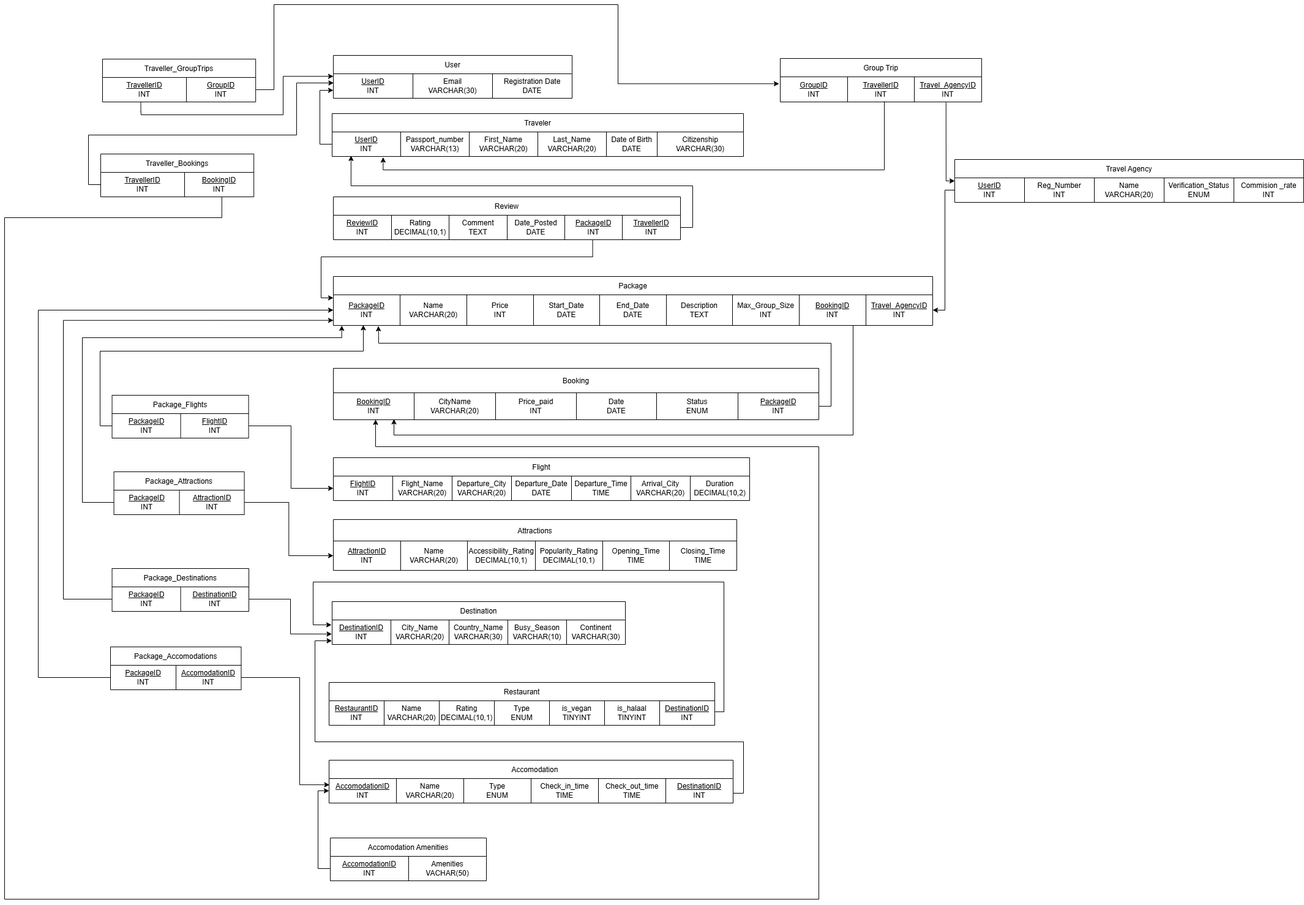
The draw.io diagram Relational Model Final4.drawio.png in ngeletech/NanlaPA5, before a commit. Source tidied: cells renumbered, new cells last; positions are measured from the earlier drawing's top-left corner, leaving out a move shared by most shapes.
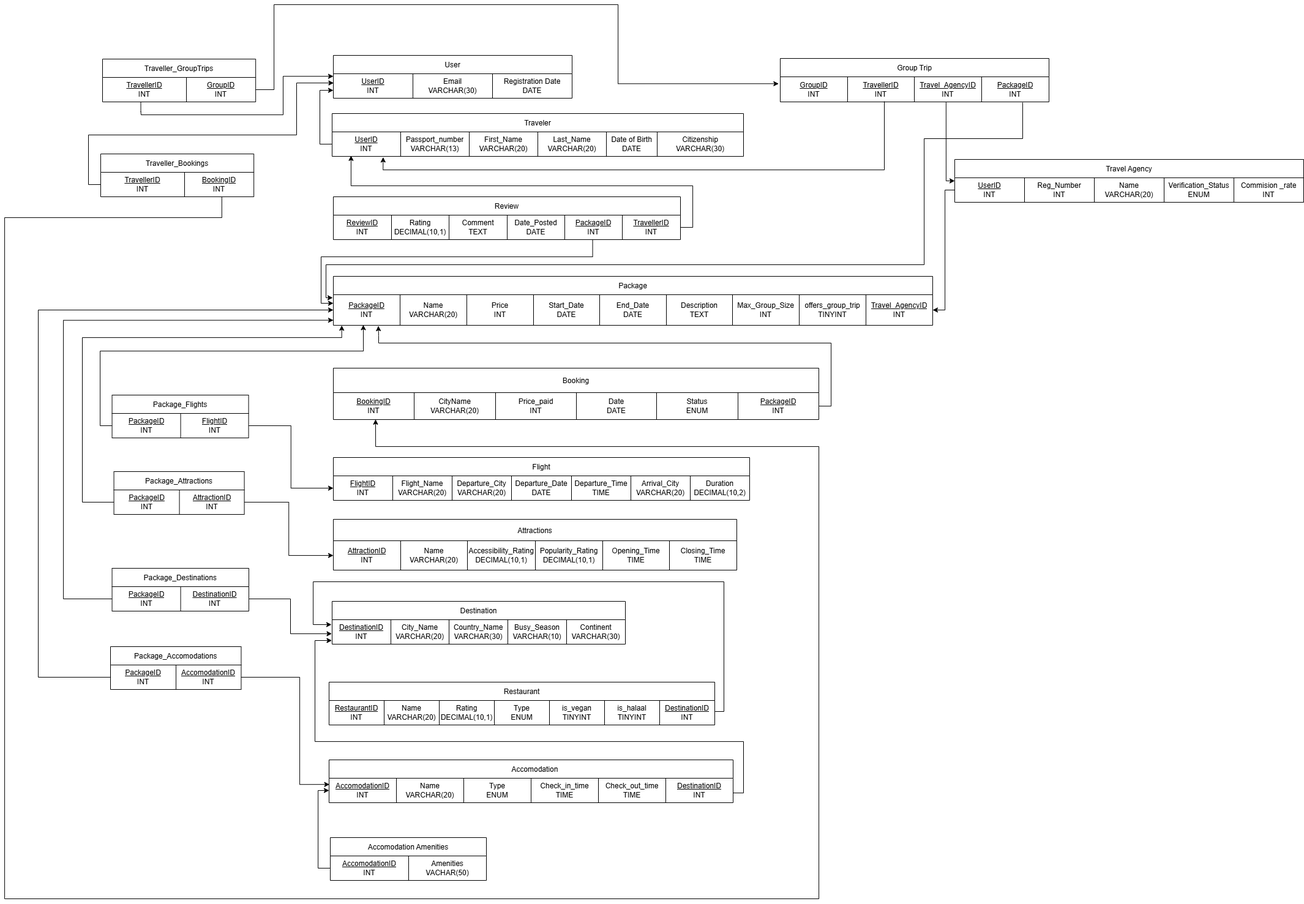
The same file after the commit.

Commit message:
Final Relational Model

The edit, as a diff of the source:
```diff
@@ -98,7 +98,7 @@
     <mxCell id="33" value="Max_Group_Size&lt;div&gt;INT&lt;/div&gt;" style="shape=partialRectangle;html=1;whiteSpace=wrap;strokeColor=inherit;overflow=hidden;fillColor=none;top=0;left=0;bottom=0;right=0;" parent="26" vertex="1">
       <mxGeometry x="652" width="109" height="50" as="geometry" />
     </mxCell>
-    <mxCell id="34" value="&lt;u&gt;BookingID&lt;/u&gt;&lt;div&gt;INT&lt;/div&gt;" style="shape=partialRectangle;html=1;whiteSpace=wrap;strokeColor=inherit;overflow=hidden;fillColor=none;top=0;left=0;bottom=0;right=0;" parent="26" vertex="1">
+    <mxCell id="34" value="offers_group_trip&lt;br&gt;&lt;div&gt;TINYINT&lt;/div&gt;" style="shape=partialRectangle;html=1;whiteSpace=wrap;strokeColor=inherit;overflow=hidden;fillColor=none;top=0;left=0;bottom=0;right=0;" parent="26" vertex="1">
       <mxGeometry x="761" width="109" height="50" as="geometry" />
     </mxCell>
     <mxCell id="35" value="&lt;u&gt;Travel_AgencyID&lt;/u&gt;&lt;div&gt;INT&lt;/div&gt;" style="shape=partialRectangle;html=1;whiteSpace=wrap;strokeColor=inherit;overflow=hidden;fillColor=none;top=0;left=0;bottom=0;right=0;" parent="26" vertex="1">
@@ -231,10 +231,10 @@
       <mxGeometry x="260" width="130" height="40" as="geometry" />
     </mxCell>
     <mxCell id="78" value="Group Trip" style="shape=table;startSize=30;" parent="1" vertex="1">
-      <mxGeometry x="1267" y="88" width="329" height="71" as="geometry" />
+      <mxGeometry x="1267" y="88" width="439" height="71" as="geometry" />
     </mxCell>
     <mxCell id="79" style="shape=tableRow;horizontal=0;startSize=0;swimlaneHead=0;swimlaneBody=0;strokeColor=inherit;top=0;left=0;bottom=0;right=0;fillColor=none;points=[[0,0.5],[1,0.5]];portConstraint=eastwest;" parent="78" vertex="1">
-      <mxGeometry y="30" width="329" height="41" as="geometry" />
+      <mxGeometry y="30" width="439" height="41" as="geometry" />
     </mxCell>
     <mxCell id="80" value="&lt;u&gt;GroupID&lt;/u&gt;&lt;div&gt;INT&lt;/div&gt;" style="shape=partialRectangle;html=1;whiteSpace=wrap;strokeColor=inherit;overflow=hidden;fillColor=none;top=0;left=0;bottom=0;right=0;" parent="79" vertex="1">
       <mxGeometry width="110" height="41" as="geometry" />
@@ -245,6 +245,9 @@
     <mxCell id="82" value="&lt;u&gt;Travel_AgencyID&lt;/u&gt;&lt;div&gt;INT&lt;/div&gt;" style="shape=partialRectangle;html=1;whiteSpace=wrap;strokeColor=inherit;overflow=hidden;fillColor=none;top=0;left=0;bottom=0;right=0;" parent="79" vertex="1">
       <mxGeometry x="219" width="110" height="41" as="geometry" />
     </mxCell>
+    <mxCell id="146" value="&lt;u&gt;PackageID&lt;/u&gt;&lt;div&gt;INT&lt;/div&gt;" style="shape=partialRectangle;html=1;whiteSpace=wrap;strokeColor=inherit;overflow=hidden;fillColor=none;top=0;left=0;bottom=0;right=0;" parent="79" vertex="1">
+      <mxGeometry x="329" width="110" height="41" as="geometry" />
+    </mxCell>
     <mxCell id="83" value="Attractions" style="shape=table;startSize=35;" parent="1" vertex="1">
       <mxGeometry x="537" y="841" width="659" height="83" as="geometry" />
     </mxCell>
@@ -384,25 +387,15 @@
         </Array>
       </mxGeometry>
     </mxCell>
-    <mxCell id="125" style="edgeStyle=orthogonalEdgeStyle;rounded=0;jettySize=auto;html=1;exitX=0;exitY=0.1;exitDx=0;exitDy=0;entryX=0.747;entryY=1;entryDx=0;entryDy=0;entryPerimeter=0;endArrow=none;endFill=0;startArrow=classic;startFill=1;exitPerimeter=0;" parent="1" edge="1" source="26" target="117">
+    <mxCell id="125" style="edgeStyle=orthogonalEdgeStyle;rounded=0;jettySize=auto;html=1;exitX=0;exitY=0.28;exitDx=0;exitDy=0;entryX=0.747;entryY=1;entryDx=0;entryDy=0;entryPerimeter=0;endArrow=none;endFill=0;startArrow=classic;startFill=1;exitPerimeter=0;" parent="1" edge="1" source="26" target="117">
       <mxGeometry relative="1" as="geometry">
         <Array as="points">
-          <mxPoint x="517" y="479" />
+          <mxPoint x="517" y="488" />
           <mxPoint x="517" y="412" />
           <mxPoint x="961" y="412" />
         </Array>
       </mxGeometry>
     </mxCell>
-    <mxCell id="126" style="edgeStyle=orthogonalEdgeStyle;rounded=0;jettySize=auto;html=1;endArrow=none;endFill=0;startArrow=classic;startFill=1;entryX=0.866;entryY=0.995;entryDx=0;entryDy=0;entryPerimeter=0;" parent="1" edge="1" target="26">
-      <mxGeometry relative="1" as="geometry">
-        <mxPoint x="636" y="677" as="sourcePoint" />
-        <Array as="points">
-          <mxPoint x="636" y="703" />
-          <mxPoint x="1386" y="703" />
-          <mxPoint x="1386" y="524" />
-        </Array>
-      </mxGeometry>
-    </mxCell>
     <mxCell id="127" style="edgeStyle=orthogonalEdgeStyle;rounded=0;jettySize=auto;html=1;exitX=0;exitY=0.5;exitDx=0;exitDy=0;entryX=1;entryY=0.5;entryDx=0;entryDy=0;" parent="1" edge="1" source="19" target="26">
       <mxGeometry relative="1" as="geometry">
         <Array as="points">
@@ -411,7 +404,7 @@
         </Array>
       </mxGeometry>
     </mxCell>
-    <mxCell id="128" style="edgeStyle=orthogonalEdgeStyle;rounded=0;jettySize=auto;html=1;exitX=0.823;exitY=1.023;exitDx=0;exitDy=0;entryX=0;entryY=0.5;entryDx=0;entryDy=0;exitPerimeter=0;" parent="1" edge="1" source="79" target="18">
+    <mxCell id="128" style="edgeStyle=orthogonalEdgeStyle;rounded=0;jettySize=auto;html=1;exitX=0.617;exitY=1.019;exitDx=0;exitDy=0;entryX=0;entryY=0.5;entryDx=0;entryDy=0;exitPerimeter=0;" parent="1" edge="1" source="79" target="18">
       <mxGeometry relative="1" as="geometry">
         <Array as="points">
           <mxPoint x="1538" y="288" />
@@ -561,5 +554,18 @@
         </Array>
       </mxGeometry>
     </mxCell>
+    <mxCell id="147" style="edgeStyle=orthogonalEdgeStyle;rounded=0;orthogonalLoop=1;jettySize=auto;html=1;" parent="1" edge="1">
+      <mxGeometry relative="1" as="geometry">
+        <mxPoint x="1663" y="160" as="sourcePoint" />
+        <mxPoint x="536" y="479" as="targetPoint" />
+        <Array as="points">
+          <mxPoint x="1663" y="219" />
+          <mxPoint x="1502" y="219" />
+          <mxPoint x="1502" y="425" />
+          <mxPoint x="525" y="425" />
+          <mxPoint x="525" y="479" />
+        </Array>
+      </mxGeometry>
+    </mxCell>
   </root>
 </mxGraphModel>
```
